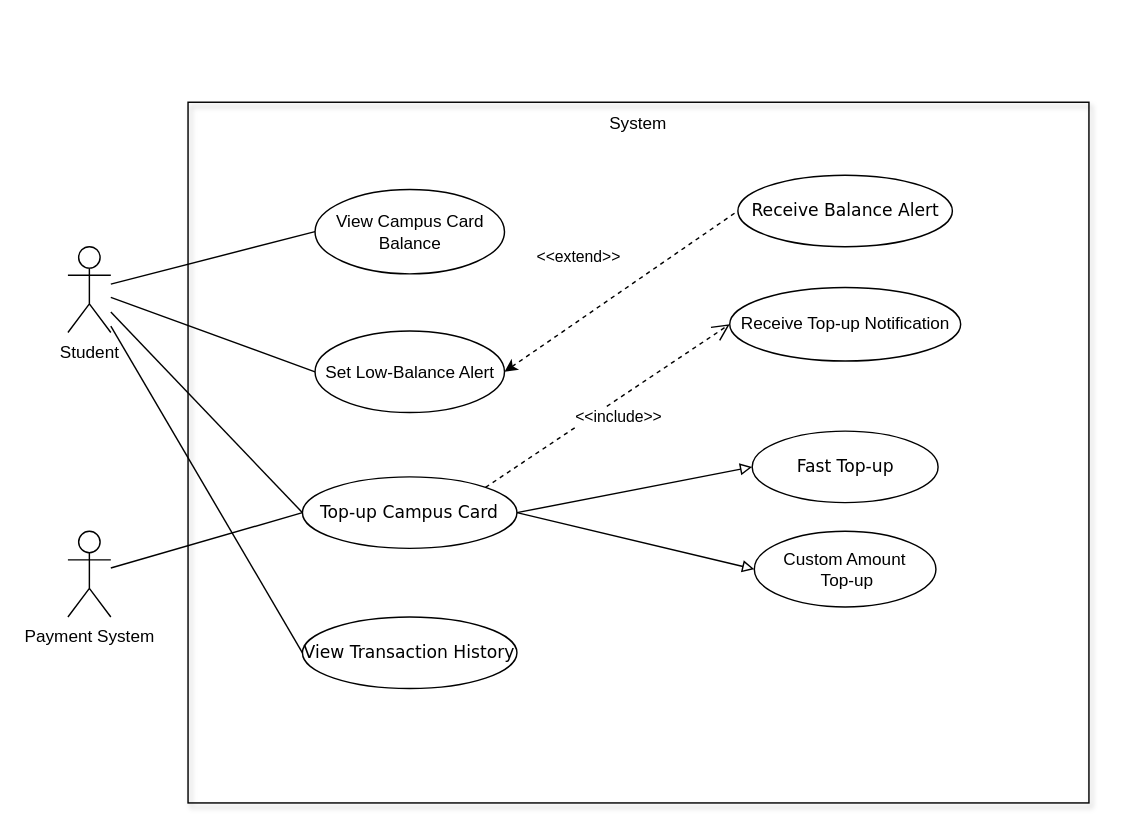
Earlier version of the draw.io diagram Assignment2/models/CampusCardUseCase.drawio (qianlinnian/se_sad_project). Source tidied: cells renumbered, new cells numbered last; positions are measured from the earlier drawing's top-left corner, leaving out a move shared by most shapes. Both pictures are drawn from the tidied source at 143%, with x=0, y=0 at pixel (67, 102).
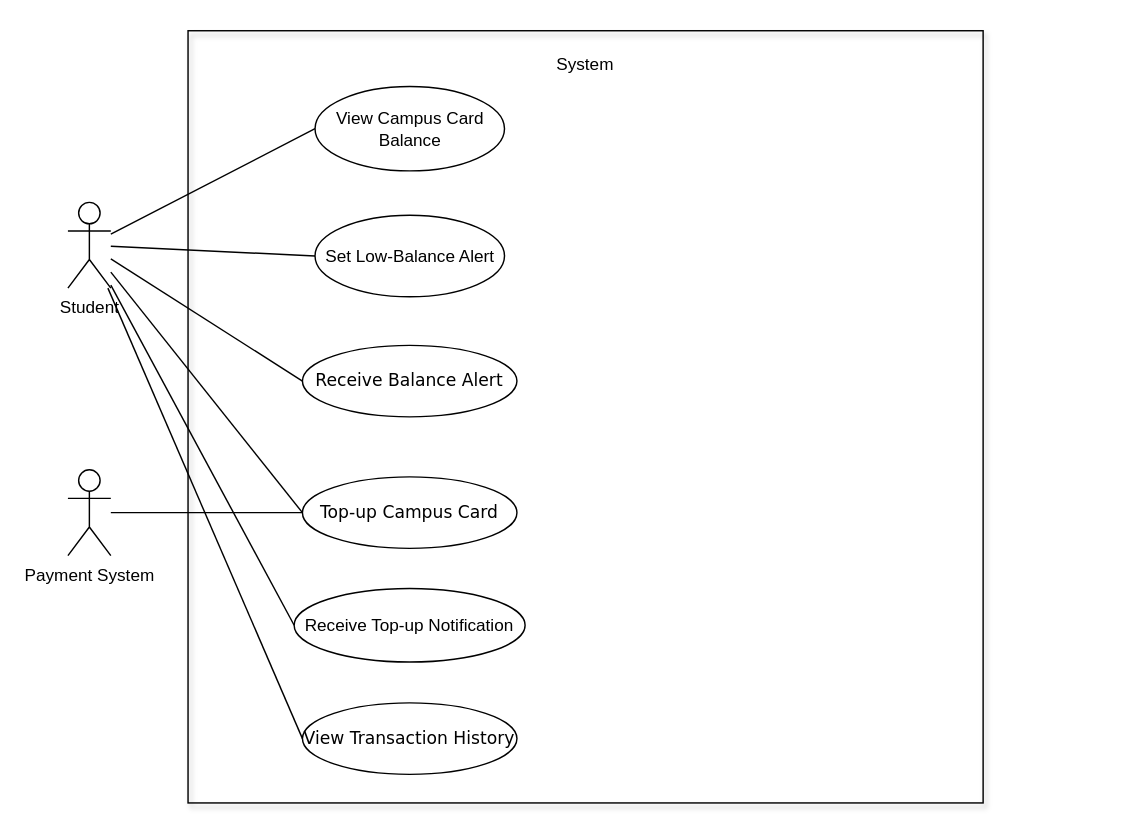
The same diagram, later.

The change refers to these unchanged cells:
```xml
<mxCell id="5" value="&lt;div style=&quot;&quot;&gt;&lt;font face=&quot;Verdana&quot;&gt;Top-up Campus Card&lt;/font&gt;&lt;/div&gt;" style="ellipse;whiteSpace=wrap;html=1;align=center;" parent="1" vertex="1">
  <mxGeometry x="164" y="262" width="150" height="50" as="geometry" />
</mxCell>
```

Change to the diagram source:
```diff
@@
     <mxCell id="2" style="html=1;whiteSpace=wrap;fillColor=none;shadow=1;" parent="1" vertex="1">
-      <mxGeometry x="84" width="630" height="490" as="geometry" />
+      <mxGeometry x="84" y="-50" width="556" height="540" as="geometry" />
     </mxCell>
     <mxCell id="3" value="Payment System" style="shape=umlActor;verticalLabelPosition=bottom;verticalAlign=top;html=1;outlineConnect=0;" parent="1" vertex="1">
-      <mxGeometry y="300" width="30" height="60" as="geometry" />
+      <mxGeometry y="257" width="30" height="60" as="geometry" />
     </mxCell>
     <mxCell id="4" value="Student" style="shape=umlActor;verticalLabelPosition=bottom;verticalAlign=top;html=1;outlineConnect=0;" parent="1" vertex="1">
-      <mxGeometry y="101" width="30" height="60" as="geometry" />
+      <mxGeometry y="70" width="30" height="60" as="geometry" />
     </mxCell>
@@
     <mxCell id="6" value="View Campus Card Balance" style="ellipse;whiteSpace=wrap;html=1;" parent="1" vertex="1">
-      <mxGeometry x="172.8" y="61" width="132.5" height="59" as="geometry" />
+      <mxGeometry x="172.8" y="-11" width="132.5" height="59" as="geometry" />
     </mxCell>
@@
     <mxCell id="8" value="System" style="text;html=1;align=center;verticalAlign=middle;whiteSpace=wrap;rounded=0;" parent="1" vertex="1">
-      <mxGeometry x="314" width="170" height="30" as="geometry" />
+      <mxGeometry x="277" y="-41" width="170" height="30" as="geometry" />
     </mxCell>
     <mxCell id="9" value="Set Low-Balance Alert" style="ellipse;whiteSpace=wrap;html=1;" parent="1" vertex="1">
-      <mxGeometry x="172.8" y="160" width="132.5" height="57" as="geometry" />
+      <mxGeometry x="172.8" y="79" width="132.5" height="57" as="geometry" />
     </mxCell>
@@
-    <mxCell id="11" value="&amp;lt;&amp;lt;extend&amp;gt;&amp;gt;" style="endArrow=none;endSize=10;dashed=1;html=1;rounded=0;entryX=0;entryY=0.5;entryDx=0;entryDy=0;exitX=1;exitY=0.5;exitDx=0;exitDy=0;endFill=0;startArrow=classic;startFill=1;" parent="1" edge="1" source="9" target="14">
-      <mxGeometry x="-0.11" y="37" relative="1" as="geometry" />
-    </mxCell>
-    <mxCell id="12" value="Custom Amount&lt;div&gt;&amp;nbsp;Top-up&lt;/div&gt;" style="ellipse;whiteSpace=wrap;html=1;" parent="1" vertex="1">
-      <mxGeometry x="480" y="300" width="127" height="53" as="geometry" />
-    </mxCell>
     <mxCell id="13" value="Receive Top-up Notification" style="ellipse;whiteSpace=wrap;html=1;" parent="1" vertex="1">
-      <mxGeometry x="462.8" y="129.5" width="161.5" height="51.5" as="geometry" />
+      <mxGeometry x="158.2" y="340" width="161.5" height="51.5" as="geometry" />
     </mxCell>
     <mxCell id="14" value="&lt;div style=&quot;&quot;&gt;&lt;font face=&quot;Verdana&quot;&gt;Receive Balance Alert&lt;/font&gt;&lt;/div&gt;" style="ellipse;whiteSpace=wrap;html=1;align=center;" parent="1" vertex="1">
-      <mxGeometry x="468.5" y="51" width="150" height="50" as="geometry" />
+      <mxGeometry x="164" y="170" width="150" height="50" as="geometry" />
     </mxCell>
     <mxCell id="15" value="&lt;div style=&quot;&quot;&gt;&lt;font face=&quot;Verdana&quot;&gt;View Transaction History&lt;/font&gt;&lt;/div&gt;" style="ellipse;whiteSpace=wrap;html=1;align=center;" parent="1" vertex="1">
-      <mxGeometry x="164" y="360" width="150" height="50" as="geometry" />
+      <mxGeometry x="164" y="420" width="150" height="50" as="geometry" />
     </mxCell>
-    <mxCell id="16" value="&lt;div style=&quot;&quot;&gt;&lt;font face=&quot;Verdana&quot;&gt;Fast Top-up&lt;/font&gt;&lt;/div&gt;" style="ellipse;whiteSpace=wrap;html=1;align=center;" parent="1" vertex="1">
-      <mxGeometry x="478.5" y="230" width="130" height="50" as="geometry" />
-    </mxCell>
@@
-    <mxCell id="20" style="endArrow=block;html=1;rounded=0;exitX=1;exitY=0.5;exitDx=0;exitDy=0;entryX=0;entryY=0.5;entryDx=0;entryDy=0;startArrow=none;startFill=0;labelBackgroundColor=default;endFill=0;" parent="1" edge="1" source="5" target="12">
-      <mxGeometry x="-0.14" relative="1" as="geometry" />
-    </mxCell>
-    <mxCell id="21" value="&amp;lt;&amp;lt;include&amp;gt;&amp;gt;" style="endArrow=open;endSize=10;dashed=1;html=1;rounded=0;exitX=1;exitY=0;exitDx=0;exitDy=0;entryX=0;entryY=0.5;entryDx=0;entryDy=0;" parent="1" edge="1" source="5" target="13">
-      <mxGeometry x="0.02" y="-11" relative="1" as="geometry" />
-    </mxCell>
-    <mxCell id="22" style="endArrow=block;html=1;rounded=0;exitX=1;exitY=0.5;exitDx=0;exitDy=0;entryX=0;entryY=0.5;entryDx=0;entryDy=0;startArrow=none;startFill=0;labelBackgroundColor=default;endFill=0;" parent="1" edge="1" source="5" target="16">
-      <mxGeometry x="-0.14" relative="1" as="geometry" />
-    </mxCell>
+    <mxCell id="23" style="endArrow=none;endFill=0;endSize=12;html=1;rounded=0;entryX=0;entryY=0.5;entryDx=0;entryDy=0;" parent="1" edge="1" source="4" target="13">
+      <mxGeometry relative="1" as="geometry" />
+    </mxCell>
+    <mxCell id="24" style="endArrow=none;endFill=0;endSize=12;html=1;rounded=0;entryX=0;entryY=0.5;entryDx=0;entryDy=0;" parent="1" edge="1" source="4" target="14">
+      <mxGeometry relative="1" as="geometry" />
+    </mxCell>
```
